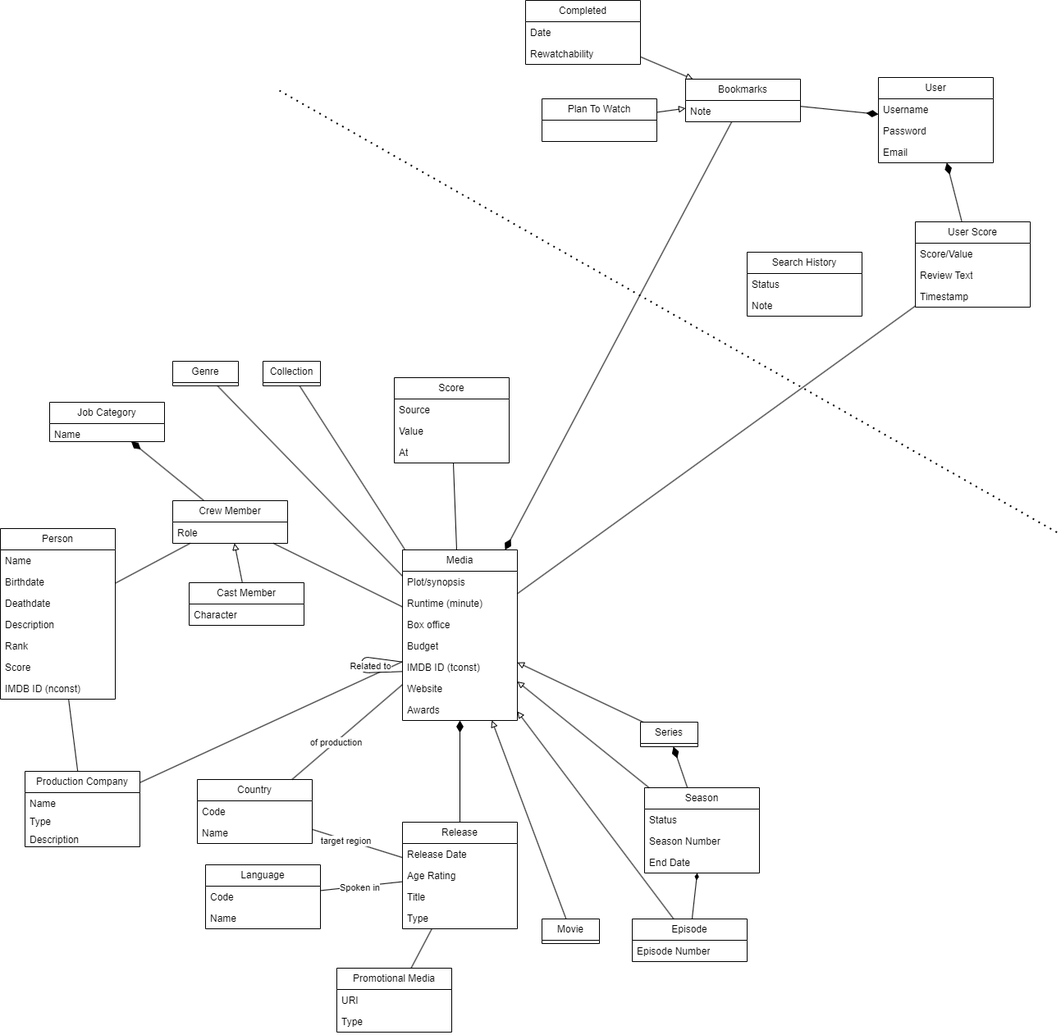
Before: domain_model.drawio.png, a diagram exported from draw.io (RUC-MSc-CS-CIT-2024/portfolio_subproject_1). Source tidied: cells renumbered, new cells last; positions are measured from the earlier drawing's top-left corner, leaving out a move shared by most shapes.
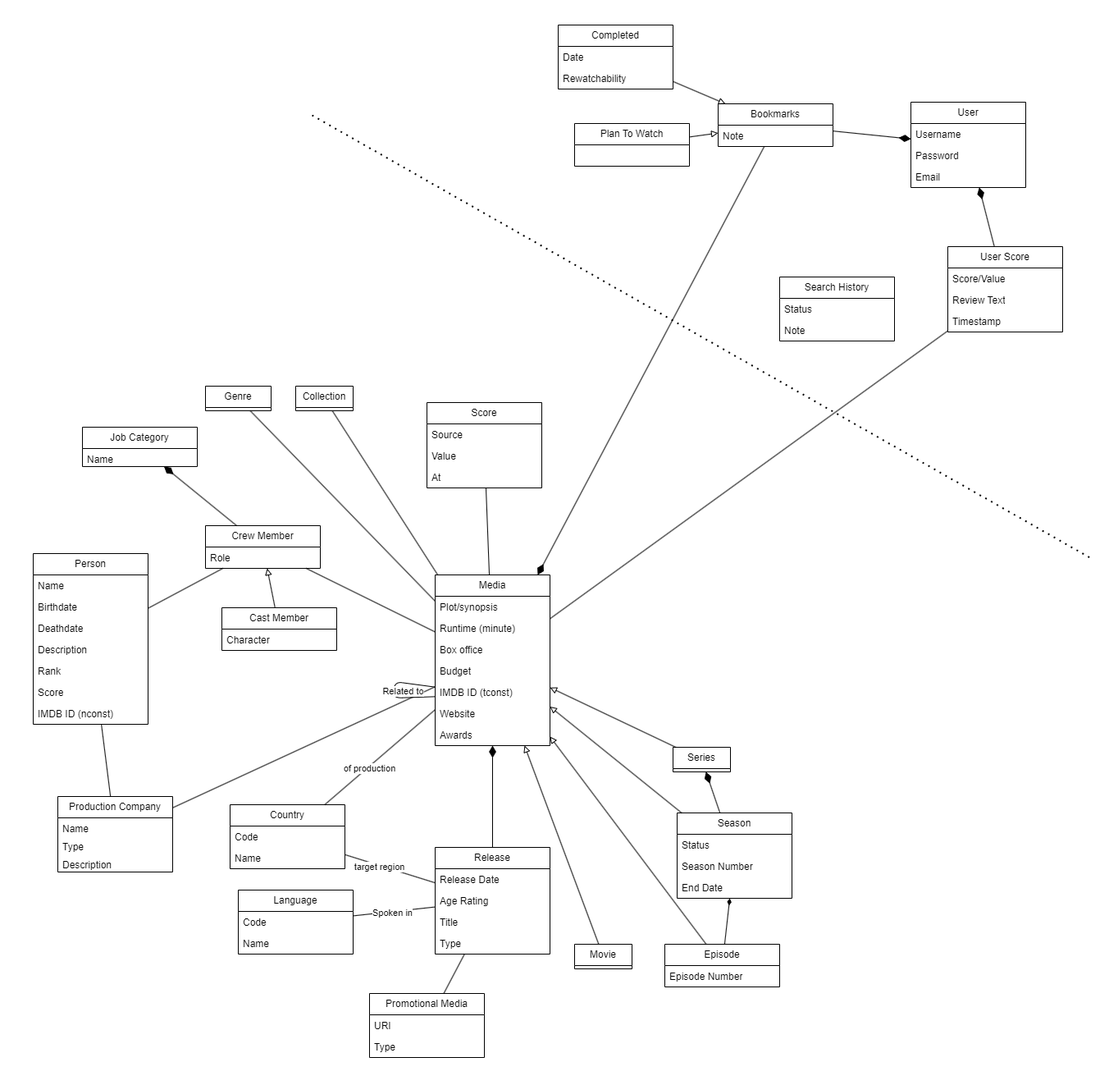
The same file after the commit.

Commit message:
docs: include diagrams in readme

Change to the diagram source:
```diff
@@ -2,6 +2,9 @@
   <root>
     <mxCell id="0" />
     <mxCell id="1" parent="0" />
+    <mxCell id="105" style="rounded=0;whiteSpace=wrap;html=1;imageAspect=1;shadow=0;glass=0;gradientColor=none;strokeColor=none;" parent="1" vertex="1">
+      <mxGeometry x="-40" y="-30" width="1350" height="1320" as="geometry" />
+    </mxCell>
     <mxCell id="2" style="rounded=0;jettySize=auto;html=1;endArrow=none;endFill=0;endSize=12;" parent="1" edge="1" source="7" target="44">
       <mxGeometry relative="1" as="geometry" />
     </mxCell>
```
